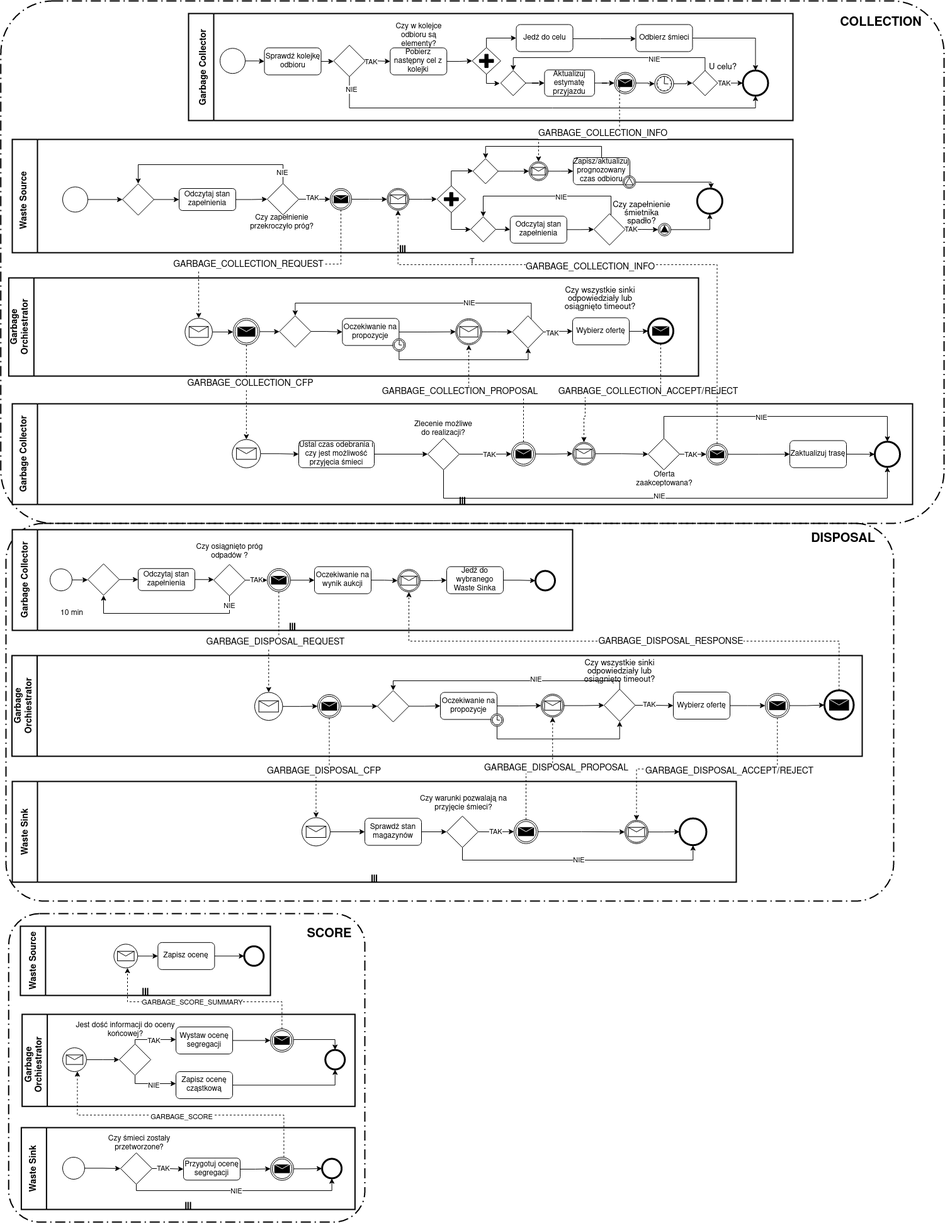
Before: diagrams/diagram_systemu.drawio.png, a diagram exported from draw.io (SwirtaB/AASD_CityWasteAgentSystem). Source tidied: cells renumbered, new cells last; positions are measured from the earlier drawing's top-left corner, leaving out a move shared by most shapes.
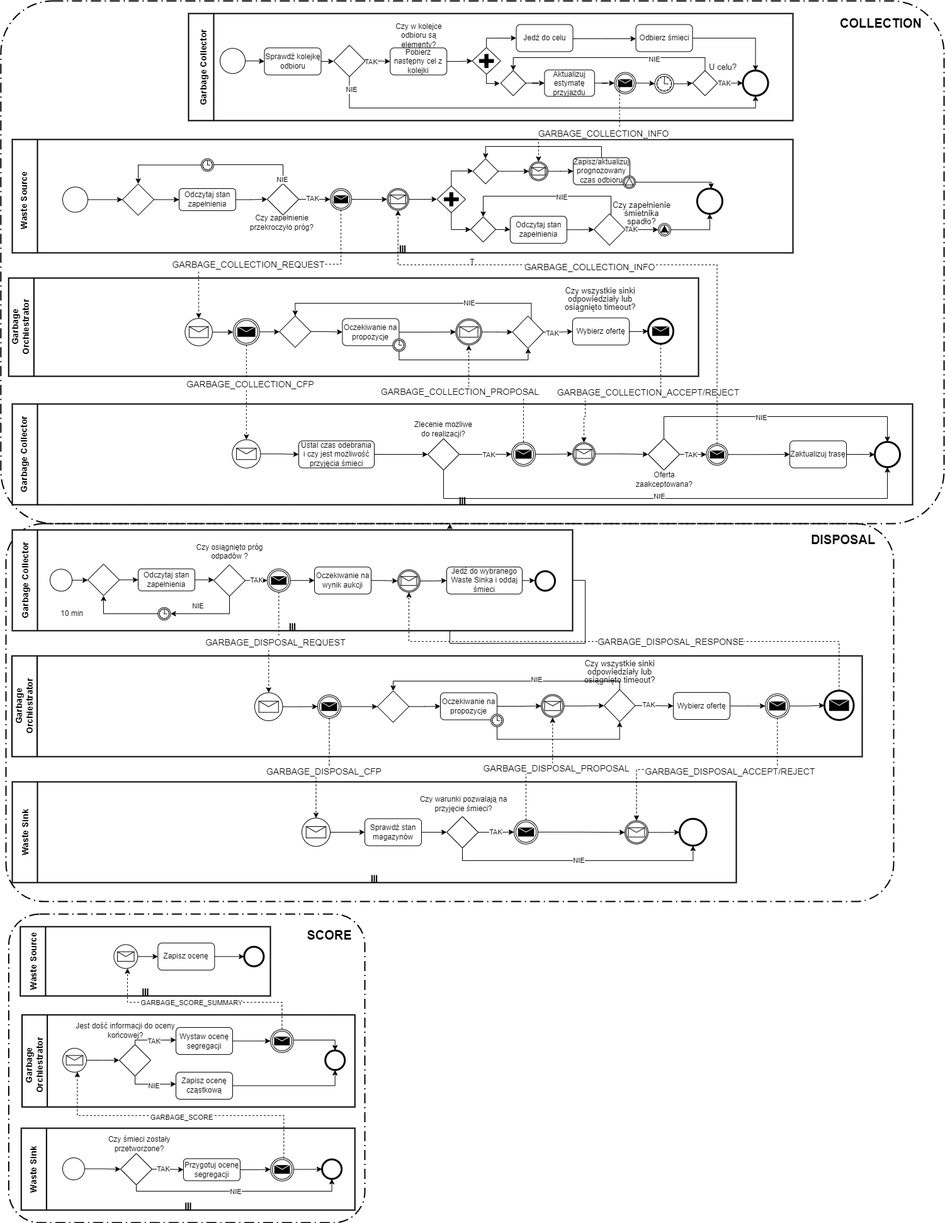
After the commit.

Commit message:
diagram systemu - fix

Diff of the diagram source:
```diff
@@ -158,6 +158,9 @@
     <mxCell id="45" style="shape=mxgraph.bpmn.swimlane;html=1;startSize=40;horizontal=0;swimlaneLine=1;fontStyle=0;swimlaneFillColor=#ffffff;strokeWidth=2;isCollection=1;whiteSpace=wrap;" parent="1" vertex="1">
       <mxGeometry x="62" y="1240" width="1150" height="160" as="geometry" />
     </mxCell>
+    <mxCell id="275" style="edgeStyle=orthogonalEdgeStyle;rounded=0;jettySize=auto;html=1;exitX=1;exitY=0.5;exitDx=0;exitDy=0;" parent="1" edge="1" source="46" target="3">
+      <mxGeometry relative="1" as="geometry" />
+    </mxCell>
     <mxCell id="46" style="shape=mxgraph.bpmn.swimlane;html=1;startSize=40;horizontal=0;swimlaneLine=1;fontStyle=0;swimlaneFillColor=#ffffff;strokeWidth=2;isCollection=1;whiteSpace=wrap;" parent="1" vertex="1">
       <mxGeometry x="62" y="840" width="890" height="160" as="geometry" />
     </mxCell>
@@ -288,8 +291,8 @@
     <mxCell id="81" style="edgeStyle=orthogonalEdgeStyle;rounded=0;jettySize=auto;html=1;" parent="1" edge="1" source="82" target="93">
       <mxGeometry relative="1" as="geometry" />
     </mxCell>
-    <mxCell id="82" value="Jedź do wybranego Waste Sinka" style="rounded=1;whiteSpace=wrap;html=1;" parent="1" vertex="1">
-      <mxGeometry x="752" y="898.8" width="90" height="43" as="geometry" />
+    <mxCell id="82" value="Jedź do wybranego Waste Sinka i oddaj śmieci" style="rounded=1;whiteSpace=wrap;html=1;" parent="1" vertex="1">
+      <mxGeometry x="752" y="898.8" width="120" height="43" as="geometry" />
     </mxCell>
     <mxCell id="83" value="Oczekiwanie na wynik aukcji" style="rounded=1;whiteSpace=wrap;html=1;" parent="1" vertex="1">
       <mxGeometry x="542" y="898.8" width="90" height="43" as="geometry" />
@@ -702,29 +705,18 @@
     <mxCell id="199" value="&lt;font size=&quot;1&quot;&gt;&lt;b style=&quot;font-size: 20px;&quot;&gt;SCORE&lt;/b&gt;&lt;/font&gt;" style="text;html=1;strokeColor=none;fillColor=none;align=center;verticalAlign=middle;whiteSpace=wrap;rounded=0;" parent="1" vertex="1">
       <mxGeometry x="526.4" y="1468.5" width="80" height="30" as="geometry" />
     </mxCell>
-    <mxCell id="200" style="edgeStyle=orthogonalEdgeStyle;rounded=0;jettySize=auto;html=1;entryX=0.5;entryY=0;entryDx=0;entryDy=0;" parent="1" edge="1" source="124" target="127">
+    <mxCell id="200" style="edgeStyle=orthogonalEdgeStyle;rounded=0;jettySize=auto;html=1;entryX=0.5;entryY=0;entryDx=0;entryDy=0;" parent="1" edge="1" source="277" target="127">
       <mxGeometry relative="1" as="geometry">
         <Array as="points">
-          <mxPoint x="492" y="260" />
           <mxPoint x="262" y="260" />
         </Array>
       </mxGeometry>
     </mxCell>
-    <mxCell id="201" value="NIE" style="edgeLabel;html=1;align=center;verticalAlign=middle;" parent="200" vertex="1">
-      <mxGeometry x="-0.83" y="2" relative="1" as="geometry">
-        <mxPoint y="8" as="offset" />
-      </mxGeometry>
-    </mxCell>
     <mxCell id="202" value="10 min" style="text;html=1;strokeColor=none;fillColor=none;align=center;verticalAlign=middle;whiteSpace=wrap;rounded=0;" parent="1" vertex="1">
       <mxGeometry x="132" y="965.6" width="50" height="15" as="geometry" />
     </mxCell>
-    <mxCell id="203" style="edgeStyle=orthogonalEdgeStyle;rounded=0;jettySize=auto;html=1;" parent="1" edge="1" source="88" target="90">
-      <mxGeometry relative="1" as="geometry">
-        <Array as="points">
-          <mxPoint x="407" y="973" />
-          <mxPoint x="207" y="973" />
-        </Array>
-      </mxGeometry>
+    <mxCell id="203" style="edgeStyle=orthogonalEdgeStyle;rounded=0;jettySize=auto;html=1;" parent="1" edge="1" source="279" target="90">
+      <mxGeometry relative="1" as="geometry" />
     </mxCell>
     <mxCell id="204" value="NIE" style="edgeLabel;html=1;align=center;verticalAlign=middle;" parent="203" vertex="1">
       <mxGeometry x="0.29" relative="1" as="geometry">
@@ -1003,5 +995,30 @@
     <mxCell id="274" style="edgeStyle=orthogonalEdgeStyle;rounded=0;jettySize=auto;html=1;entryX=0.5;entryY=1;entryDx=0;entryDy=0;entryPerimeter=0;" parent="1" edge="1" source="273" target="128">
       <mxGeometry relative="1" as="geometry" />
     </mxCell>
+    <mxCell id="276" style="edgeStyle=orthogonalEdgeStyle;rounded=0;jettySize=auto;html=1;entryX=0.5;entryY=0;entryDx=0;entryDy=0;" parent="1" edge="1" source="124" target="277">
+      <mxGeometry relative="1" as="geometry">
+        <Array as="points">
+          <mxPoint x="492" y="260" />
+        </Array>
+      </mxGeometry>
+    </mxCell>
+    <mxCell id="201" value="NIE" style="edgeLabel;html=1;align=center;verticalAlign=middle;" parent="276" vertex="1">
+      <mxGeometry x="-0.83" y="2" relative="1" as="geometry">
+        <mxPoint y="8" as="offset" />
+      </mxGeometry>
+    </mxCell>
+    <mxCell id="277" style="points=[[0.145,0.145,0],[0.5,0,0],[0.855,0.145,0],[1,0.5,0],[0.855,0.855,0],[0.5,1,0],[0.145,0.855,0],[0,0.5,0]];shape=mxgraph.bpmn.event;html=1;verticalLabelPosition=bottom;labelBackgroundColor=#ffffff;verticalAlign=top;align=center;perimeter=ellipsePerimeter;outlineConnect=0;outline=standard;symbol=timer;" parent="1" vertex="1">
+      <mxGeometry x="362" y="250.5" width="20" height="20" as="geometry" />
+    </mxCell>
+    <mxCell id="278" style="edgeStyle=orthogonalEdgeStyle;rounded=0;jettySize=auto;html=1;" parent="1" edge="1" source="88" target="279">
+      <mxGeometry relative="1" as="geometry">
+        <Array as="points">
+          <mxPoint x="407" y="973" />
+        </Array>
+      </mxGeometry>
+    </mxCell>
+    <mxCell id="279" style="points=[[0.145,0.145,0],[0.5,0,0],[0.855,0.145,0],[1,0.5,0],[0.855,0.855,0],[0.5,1,0],[0.145,0.855,0],[0,0.5,0]];shape=mxgraph.bpmn.event;html=1;verticalLabelPosition=bottom;labelBackgroundColor=#ffffff;verticalAlign=top;align=center;perimeter=ellipsePerimeter;outlineConnect=0;outline=standard;symbol=timer;" parent="1" vertex="1">
+      <mxGeometry x="293.4" y="963.1" width="20" height="20" as="geometry" />
+    </mxCell>
   </root>
 </mxGraphModel>
```
